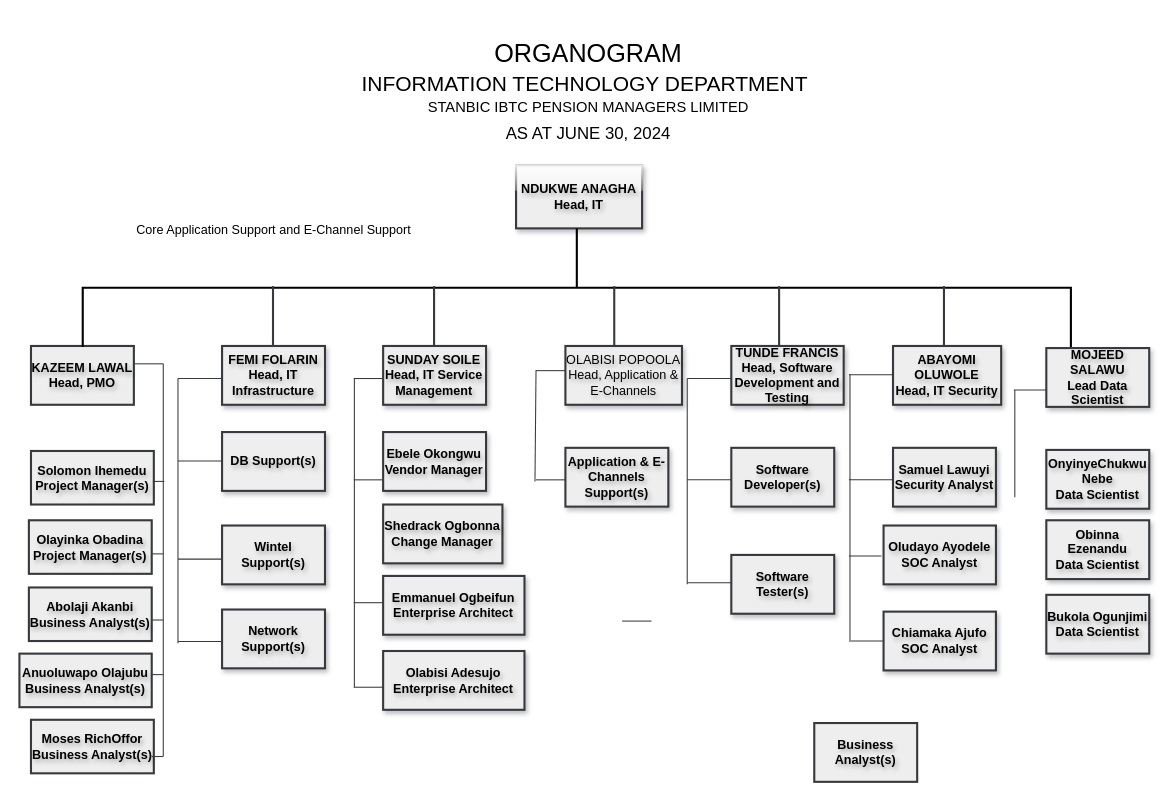
Above: organogram.drawio in Great-B/standard-arch-diagrams (draw.io), before the change. Source tidied: cells renumbered, new cells numbered last; positions are measured from the earlier drawing's top-left corner, leaving out a move shared by most shapes. Both pictures are drawn from the tidied source at 105%, with x=0, y=0 at pixel (19, -207).
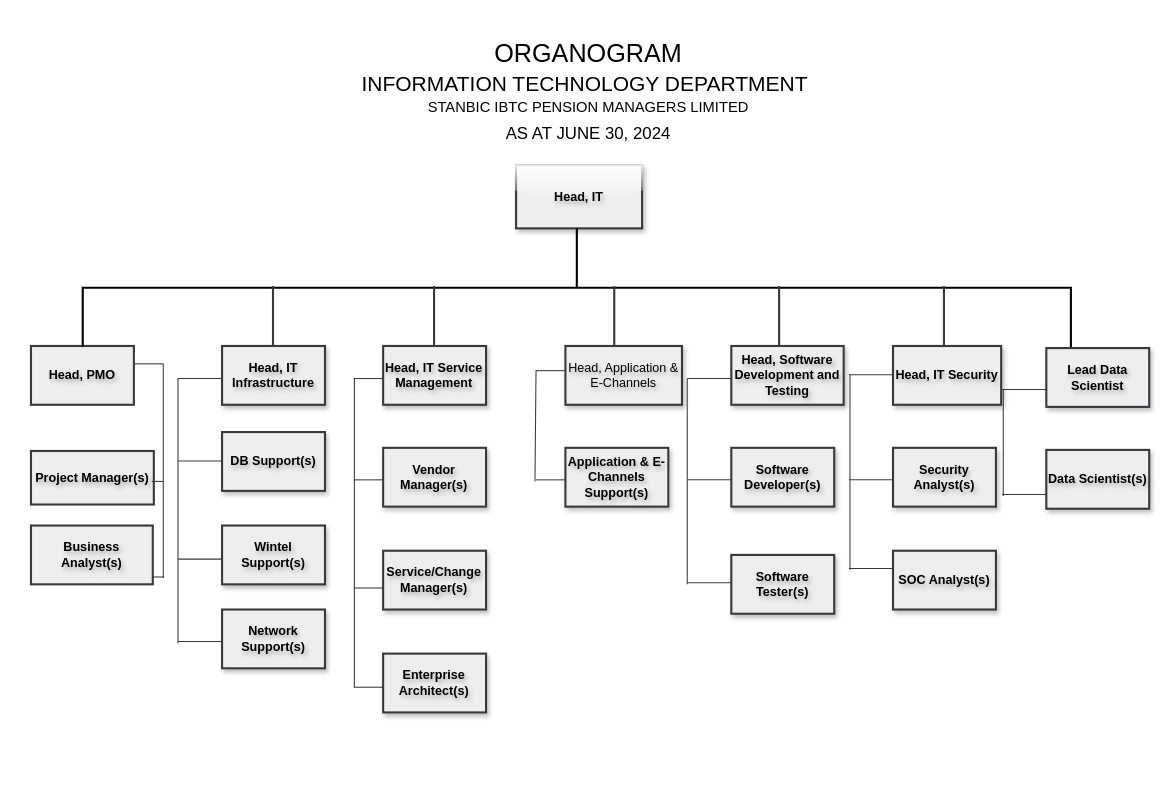
The same page after the edit.

The edit, as a diff of the source:
```diff
@@
-    <mxCell id="2" value="&lt;b&gt;NDUKWE ANAGHA&lt;br&gt;Head, IT&lt;/b&gt;" style="rounded=0;whiteSpace=wrap;html=1;strokeWidth=2;perimeterSpacing=0;glass=1;shadow=1;fontStyle=0;fillColor=#eeeeee;strokeColor=#36393d;textShadow=1;" parent="1" vertex="1">
+    <mxCell id="2" value="&lt;b&gt;Head, IT&lt;/b&gt;" style="rounded=0;whiteSpace=wrap;html=1;strokeWidth=2;perimeterSpacing=0;glass=1;shadow=1;fontStyle=0;fillColor=#eeeeee;strokeColor=#36393d;textShadow=1;" parent="1" vertex="1">
       <mxGeometry x="473" y="354" width="120" height="60" as="geometry" />
     </mxCell>
@@
-    <mxCell id="4" value="&lt;b&gt;KAZEEM LAWAL&lt;br&gt;Head, PMO&lt;/b&gt;" style="rounded=0;whiteSpace=wrap;html=1;strokeWidth=2;perimeterSpacing=0;glass=0;shadow=0;fontStyle=0;textShadow=1;fillColor=#eeeeee;strokeColor=#36393d;" parent="1" vertex="1">
+    <mxCell id="4" value="&lt;b&gt;Head, PMO&lt;/b&gt;" style="rounded=0;whiteSpace=wrap;html=1;strokeWidth=2;perimeterSpacing=0;glass=0;shadow=0;fontStyle=0;textShadow=1;fillColor=#eeeeee;strokeColor=#36393d;" parent="1" vertex="1">
       <mxGeometry x="11" y="526" width="98" height="56" as="geometry" />
     </mxCell>
-    <mxCell id="5" value="&lt;b&gt;FEMI FOLARIN&lt;br&gt;Head, IT Infrastructure&lt;/b&gt;" style="rounded=0;whiteSpace=wrap;html=1;strokeWidth=2;perimeterSpacing=0;glass=0;shadow=1;fontStyle=0;textShadow=1;fillColor=#eeeeee;strokeColor=#36393d;" parent="1" vertex="1">
+    <mxCell id="5" value="&lt;b&gt;Head, IT Infrastructure&lt;/b&gt;" style="rounded=0;whiteSpace=wrap;html=1;strokeWidth=2;perimeterSpacing=0;glass=0;shadow=1;fontStyle=0;textShadow=1;fillColor=#eeeeee;strokeColor=#36393d;" parent="1" vertex="1">
       <mxGeometry x="193" y="526" width="98" height="56" as="geometry" />
     </mxCell>
-    <mxCell id="6" value="&lt;b&gt;SUNDAY SOILE&lt;br&gt;Head, IT Service Management&lt;/b&gt;" style="rounded=0;whiteSpace=wrap;html=1;strokeWidth=2;perimeterSpacing=0;glass=0;shadow=1;fontStyle=0;textShadow=1;fillColor=#eeeeee;strokeColor=#36393d;" parent="1" vertex="1">
+    <mxCell id="6" value="&lt;b&gt;Head, IT Service Management&lt;/b&gt;" style="rounded=0;whiteSpace=wrap;html=1;strokeWidth=2;perimeterSpacing=0;glass=0;shadow=1;fontStyle=0;textShadow=1;fillColor=#eeeeee;strokeColor=#36393d;" parent="1" vertex="1">
       <mxGeometry x="346.4" y="526" width="98" height="56" as="geometry" />
     </mxCell>
-    <mxCell id="7" value="OLABISI POPOOLA&lt;br&gt;Head, Application &amp;amp; E-Channels" style="rounded=0;strokeWidth=2;perimeterSpacing=0;glass=0;shadow=1;fontStyle=0;textShadow=1;whiteSpace=wrap;html=1;fillColor=#eeeeee;strokeColor=#36393d;" parent="1" vertex="1">
+    <mxCell id="7" value="Head, Application &amp;amp; E-Channels" style="rounded=0;strokeWidth=2;perimeterSpacing=0;glass=0;shadow=1;fontStyle=0;textShadow=1;whiteSpace=wrap;html=1;fillColor=#eeeeee;strokeColor=#36393d;" parent="1" vertex="1">
       <mxGeometry x="520" y="526" width="111" height="56" as="geometry" />
     </mxCell>
-    <mxCell id="8" value="&lt;b&gt;TUNDE FRANCIS&lt;br&gt;Head, Software Development and Testing&lt;/b&gt;" style="rounded=0;whiteSpace=wrap;html=1;strokeWidth=2;perimeterSpacing=0;glass=0;shadow=1;fontStyle=0;textShadow=1;fillColor=#eeeeee;strokeColor=#36393d;" parent="1" vertex="1">
+    <mxCell id="8" value="&lt;b&gt;Head, Software Development and Testing&lt;/b&gt;" style="rounded=0;whiteSpace=wrap;html=1;strokeWidth=2;perimeterSpacing=0;glass=0;shadow=1;fontStyle=0;textShadow=1;fillColor=#eeeeee;strokeColor=#36393d;" parent="1" vertex="1">
       <mxGeometry x="678" y="526" width="107" height="56" as="geometry" />
     </mxCell>
-    <mxCell id="9" value="&lt;div style=&quot;&quot;&gt;&lt;b style=&quot;background-color: initial;&quot;&gt;ABAYOMI OLUWOLE&lt;/b&gt;&lt;/div&gt;&lt;b&gt;&lt;div style=&quot;&quot;&gt;&lt;b style=&quot;background-color: initial;&quot;&gt;Head, IT Security&lt;/b&gt;&lt;/div&gt;&lt;/b&gt;" style="rounded=0;whiteSpace=wrap;html=1;strokeWidth=2;perimeterSpacing=0;glass=0;shadow=1;fontStyle=0;textShadow=1;fillColor=#eeeeee;strokeColor=#36393d;align=center;" parent="1" vertex="1">
+    <mxCell id="9" value="&lt;div style=&quot;&quot;&gt;&lt;b style=&quot;background-color: initial;&quot;&gt;Head, IT Security&lt;/b&gt;&lt;br&gt;&lt;/div&gt;" style="rounded=0;whiteSpace=wrap;html=1;strokeWidth=2;perimeterSpacing=0;glass=0;shadow=1;fontStyle=0;textShadow=1;fillColor=#eeeeee;strokeColor=#36393d;align=center;" parent="1" vertex="1">
       <mxGeometry x="832" y="526" width="103" height="56" as="geometry" />
     </mxCell>
@@
-    <mxCell id="11" value="&lt;b&gt;Solomon Ihemedu&lt;br&gt;Project Manager(s)&lt;/b&gt;" style="rounded=0;whiteSpace=wrap;html=1;strokeWidth=2;perimeterSpacing=0;glass=0;shadow=0;fontStyle=0;labelBackgroundColor=none;labelBorderColor=none;textShadow=1;fillColor=#eeeeee;strokeColor=#36393d;" parent="1" vertex="1">
+    <mxCell id="11" value="&lt;b&gt;Project Manager(s)&lt;/b&gt;" style="rounded=0;whiteSpace=wrap;html=1;strokeWidth=2;perimeterSpacing=0;glass=0;shadow=0;fontStyle=0;labelBackgroundColor=none;labelBorderColor=none;textShadow=1;fillColor=#eeeeee;strokeColor=#36393d;" parent="1" vertex="1">
       <mxGeometry x="11" y="626" width="117" height="51" as="geometry" />
     </mxCell>
     <mxCell id="12" value="&lt;b&gt;Business Analyst(s)&lt;/b&gt;" style="rounded=0;whiteSpace=wrap;html=1;strokeWidth=2;perimeterSpacing=0;glass=0;shadow=0;fontStyle=0;textShadow=1;fillColor=#eeeeee;strokeColor=#36393d;" parent="1" vertex="1">
-      <mxGeometry x="757" y="885.1" width="98" height="56" as="geometry" />
+      <mxGeometry x="11" y="697" width="116" height="56" as="geometry" />
     </mxCell>
@@
-    <mxCell id="14" value="&lt;b&gt;Ebele Okongwu&lt;br&gt;Vendor Manager&lt;/b&gt;" style="rounded=0;whiteSpace=wrap;html=1;strokeWidth=2;perimeterSpacing=0;glass=0;shadow=1;fontStyle=0;textShadow=1;fillColor=#eeeeee;strokeColor=#36393d;" parent="1" vertex="1">
-      <mxGeometry x="346.4" y="608" width="98" height="56" as="geometry" />
+    <mxCell id="14" value="&lt;b&gt;Vendor Manager(s)&lt;/b&gt;" style="rounded=0;whiteSpace=wrap;html=1;strokeWidth=2;perimeterSpacing=0;glass=0;shadow=1;fontStyle=0;textShadow=1;fillColor=#eeeeee;strokeColor=#36393d;" parent="1" vertex="1">
+      <mxGeometry x="346.4" y="623" width="98" height="56" as="geometry" />
     </mxCell>
-    <mxCell id="15" value="&lt;b&gt;Shedrack Ogbonna&lt;br&gt;Change Manager&lt;br&gt;&lt;/b&gt;" style="rounded=0;whiteSpace=wrap;html=1;strokeWidth=2;perimeterSpacing=0;glass=0;shadow=1;fontStyle=0;textShadow=1;fillColor=#eeeeee;strokeColor=#36393d;" parent="1" vertex="1">
-      <mxGeometry x="346.4" y="677" width="113.6" height="56" as="geometry" />
+    <mxCell id="15" value="&lt;b&gt;Service/Change Manager(s)&lt;br&gt;&lt;/b&gt;" style="rounded=0;whiteSpace=wrap;html=1;strokeWidth=2;perimeterSpacing=0;glass=0;shadow=1;fontStyle=0;textShadow=1;fillColor=#eeeeee;strokeColor=#36393d;" parent="1" vertex="1">
+      <mxGeometry x="346.4" y="721" width="98" height="56" as="geometry" />
     </mxCell>
-    <mxCell id="16" value="&lt;b&gt;Emmanuel Ogbeifun&lt;br&gt;Enterprise Architect&lt;/b&gt;" style="rounded=0;whiteSpace=wrap;html=1;strokeWidth=2;perimeterSpacing=0;glass=0;shadow=1;fontStyle=0;textShadow=1;fillColor=#eeeeee;strokeColor=#36393d;" parent="1" vertex="1">
-      <mxGeometry x="346.4" y="745" width="134.6" height="56" as="geometry" />
+    <mxCell id="16" value="&lt;b&gt;Enterprise Architect(s)&lt;/b&gt;" style="rounded=0;whiteSpace=wrap;html=1;strokeWidth=2;perimeterSpacing=0;glass=0;shadow=1;fontStyle=0;textShadow=1;fillColor=#eeeeee;strokeColor=#36393d;" parent="1" vertex="1">
+      <mxGeometry x="346.4" y="819" width="98" height="56" as="geometry" />
     </mxCell>
@@
-    <mxCell id="19" value="&lt;b&gt;Samuel Lawuyi&lt;br&gt;Security Analyst&lt;/b&gt;" style="rounded=0;whiteSpace=wrap;html=1;strokeWidth=2;perimeterSpacing=0;glass=0;shadow=1;fontStyle=0;textShadow=1;fillColor=#eeeeee;strokeColor=#36393d;" parent="1" vertex="1">
+    <mxCell id="19" value="&lt;b&gt;Security Analyst(s)&lt;/b&gt;" style="rounded=0;whiteSpace=wrap;html=1;strokeWidth=2;perimeterSpacing=0;glass=0;shadow=1;fontStyle=0;textShadow=1;fillColor=#eeeeee;strokeColor=#36393d;" parent="1" vertex="1">
       <mxGeometry x="832" y="623" width="98" height="56" as="geometry" />
     </mxCell>
-    <mxCell id="20" value="&lt;b&gt;Oludayo Ayodele&lt;br&gt;SOC Analyst&lt;/b&gt;" style="rounded=0;whiteSpace=wrap;html=1;strokeWidth=2;perimeterSpacing=0;glass=0;shadow=1;fontStyle=0;textShadow=1;fillColor=#eeeeee;strokeColor=#36393d;" parent="1" vertex="1">
-      <mxGeometry x="823" y="697" width="107" height="56" as="geometry" />
+    <mxCell id="20" value="&lt;b&gt;SOC Analyst(s)&lt;/b&gt;" style="rounded=0;whiteSpace=wrap;html=1;strokeWidth=2;perimeterSpacing=0;glass=0;shadow=1;fontStyle=0;textShadow=1;fillColor=#eeeeee;strokeColor=#36393d;" parent="1" vertex="1">
+      <mxGeometry x="832" y="721" width="98" height="56" as="geometry" />
     </mxCell>
@@
     <mxCell id="37" style="endArrow=none;html=1;rounded=0;fillColor=#eeeeee;strokeColor=#36393d;" parent="1" edge="1">
       <mxGeometry relative="1" as="geometry">
-        <mxPoint x="791" y="808" as="sourcePoint" />
+        <mxPoint x="791" y="739" as="sourcePoint" />
         <mxPoint x="791" y="553" as="targetPoint" />
       </mxGeometry>
     </mxCell>
@@
     <mxCell id="39" style="endArrow=none;html=1;rounded=0;fillColor=#eeeeee;strokeColor=#36393d;" parent="1" edge="1">
       <mxGeometry relative="1" as="geometry">
-        <mxPoint x="790" y="726" as="sourcePoint" />
-        <mxPoint x="821" y="726" as="targetPoint" />
+        <mxPoint x="790" y="738" as="sourcePoint" />
+        <mxPoint x="832" y="738" as="targetPoint" />
       </mxGeometry>
     </mxCell>
@@
     <mxCell id="42" style="endArrow=none;html=1;rounded=0;fillColor=#eeeeee;strokeColor=#36393d;" parent="1" edge="1">
       <mxGeometry relative="1" as="geometry">
-        <mxPoint x="137" y="917" as="sourcePoint" />
+        <mxPoint x="137" y="747" as="sourcePoint" />
         <mxPoint x="137" y="543" as="targetPoint" />
       </mxGeometry>
     </mxCell>
@@
     <mxCell id="44" style="endArrow=none;html=1;rounded=0;fillColor=#eeeeee;strokeColor=#36393d;" parent="1" edge="1">
       <mxGeometry relative="1" as="geometry">
-        <mxPoint x="127" y="655" as="sourcePoint" />
-        <mxPoint x="138" y="655" as="targetPoint" />
+        <mxPoint x="126" y="655" as="sourcePoint" />
+        <mxPoint x="137" y="655" as="targetPoint" />
       </mxGeometry>
     </mxCell>
@@
     <mxCell id="48" style="endArrow=none;html=1;rounded=0;fillColor=#eeeeee;strokeColor=#36393d;" parent="1" edge="1">
       <mxGeometry relative="1" as="geometry">
-        <mxPoint x="318.4" y="770.5" as="sourcePoint" />
-        <mxPoint x="346.4" y="770.5" as="targetPoint" />
+        <mxPoint x="318.4" y="756.5" as="sourcePoint" />
+        <mxPoint x="346.4" y="756.5" as="targetPoint" />
       </mxGeometry>
     </mxCell>
@@
-    <mxCell id="52" value="&lt;b&gt;MOJEED SALAWU&lt;br&gt;Lead Data Scientist&lt;/b&gt;" style="rounded=0;whiteSpace=wrap;html=1;strokeWidth=2;perimeterSpacing=0;glass=0;shadow=1;fontStyle=0;textShadow=1;fillColor=#eeeeee;strokeColor=#36393d;align=center;" parent="1" vertex="1">
+    <mxCell id="52" value="&lt;b&gt;Lead Data Scientist&lt;/b&gt;" style="rounded=0;whiteSpace=wrap;html=1;strokeWidth=2;perimeterSpacing=0;glass=0;shadow=1;fontStyle=0;textShadow=1;fillColor=#eeeeee;strokeColor=#36393d;align=center;" parent="1" vertex="1">
       <mxGeometry x="978" y="528" width="98" height="56" as="geometry" />
     </mxCell>
-    <mxCell id="53" value="&lt;b&gt;OnyinyeChukwu Nebe&lt;br&gt;Data Scientist&lt;/b&gt;" style="rounded=0;whiteSpace=wrap;html=1;strokeWidth=2;perimeterSpacing=0;glass=0;shadow=1;fontStyle=0;textShadow=1;fillColor=#eeeeee;strokeColor=#36393d;" parent="1" vertex="1">
+    <mxCell id="53" value="&lt;b&gt;Data Scientist(s)&lt;/b&gt;" style="rounded=0;whiteSpace=wrap;html=1;strokeWidth=2;perimeterSpacing=0;glass=0;shadow=1;fontStyle=0;textShadow=1;fillColor=#eeeeee;strokeColor=#36393d;" parent="1" vertex="1">
       <mxGeometry x="978" y="625" width="98" height="56" as="geometry" />
     </mxCell>
     <mxCell id="54" style="endArrow=none;html=1;rounded=0;fillColor=#eeeeee;strokeColor=#36393d;" parent="1" edge="1">
       <mxGeometry relative="1" as="geometry">
-        <mxPoint x="948" y="670" as="sourcePoint" />
-        <mxPoint x="948" y="568" as="targetPoint" />
+        <mxPoint x="937" y="669" as="sourcePoint" />
+        <mxPoint x="937" y="567" as="targetPoint" />
       </mxGeometry>
     </mxCell>
+    <mxCell id="72" style="endArrow=none;html=1;rounded=0;fillColor=#eeeeee;strokeColor=#36393d;" parent="1" edge="1">
+      <mxGeometry relative="1" as="geometry">
+        <mxPoint x="936" y="567.5" as="sourcePoint" />
+        <mxPoint x="978" y="567.5" as="targetPoint" />
+      </mxGeometry>
+    </mxCell>
+    <mxCell id="73" style="endArrow=none;html=1;rounded=0;fillColor=#eeeeee;strokeColor=#36393d;" parent="1" edge="1">
+      <mxGeometry relative="1" as="geometry">
+        <mxPoint x="936" y="667.5" as="sourcePoint" />
+        <mxPoint x="978" y="667.5" as="targetPoint" />
+      </mxGeometry>
+    </mxCell>
@@
-    <mxCell id="56" value="&lt;b&gt;Olayinka Obadina&lt;br&gt;Project Manager(s)&lt;/b&gt;" style="rounded=0;whiteSpace=wrap;html=1;strokeWidth=2;perimeterSpacing=0;glass=0;shadow=0;fontStyle=0;labelBackgroundColor=none;labelBorderColor=none;textShadow=1;fillColor=#eeeeee;strokeColor=#36393d;" parent="1" vertex="1">
-      <mxGeometry x="9" y="692" width="117" height="51" as="geometry" />
-    </mxCell>
-    <mxCell id="57" value="&lt;b&gt;Abolaji Akanbi&lt;br&gt;Business Analyst(s)&lt;/b&gt;" style="rounded=0;whiteSpace=wrap;html=1;strokeWidth=2;perimeterSpacing=0;glass=0;shadow=0;fontStyle=0;labelBackgroundColor=none;labelBorderColor=none;textShadow=1;fillColor=#eeeeee;strokeColor=#36393d;" parent="1" vertex="1">
-      <mxGeometry x="9" y="756" width="117" height="51" as="geometry" />
-    </mxCell>
-    <mxCell id="58" value="&lt;b&gt;Anuoluwapo Olajubu&lt;br&gt;Business Analyst(s)&lt;/b&gt;" style="rounded=0;whiteSpace=wrap;html=1;strokeWidth=2;perimeterSpacing=0;glass=0;shadow=0;fontStyle=0;labelBackgroundColor=none;labelBorderColor=none;textShadow=1;fillColor=#eeeeee;strokeColor=#36393d;" parent="1" vertex="1">
-      <mxGeometry y="819" width="126" height="51" as="geometry" />
-    </mxCell>
-    <mxCell id="59" value="&lt;b&gt;Moses RichOffor&lt;br&gt;Business Analyst(s)&lt;/b&gt;" style="rounded=0;whiteSpace=wrap;html=1;strokeWidth=2;perimeterSpacing=0;glass=0;shadow=0;fontStyle=0;labelBackgroundColor=none;labelBorderColor=none;textShadow=1;fillColor=#eeeeee;strokeColor=#36393d;" parent="1" vertex="1">
-      <mxGeometry x="11" y="882" width="117" height="51" as="geometry" />
-    </mxCell>
-    <mxCell id="60" style="endArrow=none;html=1;rounded=0;fillColor=#eeeeee;strokeColor=#36393d;" parent="1" edge="1">
-      <mxGeometry relative="1" as="geometry">
-        <mxPoint x="126" y="724" as="sourcePoint" />
-        <mxPoint x="137" y="724" as="targetPoint" />
-      </mxGeometry>
-    </mxCell>
-    <mxCell id="61" style="endArrow=none;html=1;rounded=0;fillColor=#eeeeee;strokeColor=#36393d;" parent="1" edge="1">
-      <mxGeometry relative="1" as="geometry">
-        <mxPoint x="126" y="917" as="sourcePoint" />
-        <mxPoint x="137" y="917" as="targetPoint" />
-      </mxGeometry>
-    </mxCell>
-    <mxCell id="62" style="endArrow=none;html=1;rounded=0;fillColor=#eeeeee;strokeColor=#36393d;" parent="1" edge="1">
-      <mxGeometry relative="1" as="geometry">
-        <mxPoint x="126" y="839" as="sourcePoint" />
-        <mxPoint x="137" y="839" as="targetPoint" />
-      </mxGeometry>
-    </mxCell>
-    <mxCell id="63" style="endArrow=none;html=1;rounded=0;fillColor=#eeeeee;strokeColor=#36393d;" parent="1" edge="1">
-      <mxGeometry relative="1" as="geometry">
-        <mxPoint x="126" y="787" as="sourcePoint" />
-        <mxPoint x="137" y="787" as="targetPoint" />
-      </mxGeometry>
-    </mxCell>
-    <mxCell id="64" value="&lt;b&gt;Olabisi Adesujo&lt;br&gt;Enterprise Architect&lt;/b&gt;" style="rounded=0;whiteSpace=wrap;html=1;strokeWidth=2;perimeterSpacing=0;glass=0;shadow=1;fontStyle=0;textShadow=1;fillColor=#eeeeee;strokeColor=#36393d;" parent="1" vertex="1">
-      <mxGeometry x="346.4" y="816.5" width="134.6" height="56" as="geometry" />
-    </mxCell>
-    <mxCell id="65" style="endArrow=none;html=1;rounded=0;fillColor=#eeeeee;strokeColor=#36393d;" parent="1" edge="1">
-      <mxGeometry relative="1" as="geometry">
-        <mxPoint x="574" y="788" as="sourcePoint" />
-        <mxPoint x="602" y="788" as="targetPoint" />
-      </mxGeometry>
-    </mxCell>
-    <mxCell id="66" value="&lt;b&gt;Chiamaka Ajufo&lt;br&gt;SOC Analyst&lt;/b&gt;" style="rounded=0;whiteSpace=wrap;html=1;strokeWidth=2;perimeterSpacing=0;glass=0;shadow=1;fontStyle=0;textShadow=1;fillColor=#eeeeee;strokeColor=#36393d;" parent="1" vertex="1">
-      <mxGeometry x="823" y="779" width="107" height="56" as="geometry" />
-    </mxCell>
-    <mxCell id="67" value="&lt;b&gt;Obinna Ezenandu&lt;br&gt;Data Scientist&lt;/b&gt;" style="rounded=0;whiteSpace=wrap;html=1;strokeWidth=2;perimeterSpacing=0;glass=0;shadow=1;fontStyle=0;textShadow=1;fillColor=#eeeeee;strokeColor=#36393d;" parent="1" vertex="1">
-      <mxGeometry x="978" y="692" width="98" height="56" as="geometry" />
-    </mxCell>
-    <mxCell id="68" value="&lt;b&gt;Bukola Ogunjimi&lt;br&gt;Data Scientist&lt;/b&gt;" style="rounded=0;whiteSpace=wrap;html=1;strokeWidth=2;perimeterSpacing=0;glass=0;shadow=1;fontStyle=0;textShadow=1;fillColor=#eeeeee;strokeColor=#36393d;" parent="1" vertex="1">
-      <mxGeometry x="978" y="763" width="98" height="56" as="geometry" />
-    </mxCell>
-    <mxCell id="69" style="endArrow=none;html=1;rounded=0;fillColor=#eeeeee;strokeColor=#36393d;" parent="1" edge="1">
-      <mxGeometry relative="1" as="geometry">
-        <mxPoint x="792" y="807" as="sourcePoint" />
-        <mxPoint x="823" y="807" as="targetPoint" />
-      </mxGeometry>
-    </mxCell>
-    <mxCell id="70" style="endArrow=none;html=1;rounded=0;fillColor=#eeeeee;strokeColor=#36393d;" parent="1" edge="1">
-      <mxGeometry relative="1" as="geometry">
-        <mxPoint x="947" y="568" as="sourcePoint" />
-        <mxPoint x="978" y="568" as="targetPoint" />
-      </mxGeometry>
-    </mxCell>
-    <mxCell id="71" value="Core Application Support and E-Channel Support" style="text;html=1;align=center;verticalAlign=middle;strokeColor=none;fillColor=none;" parent="1" vertex="1">
-      <mxGeometry x="102" y="403" width="280" height="26" as="geometry" />
-    </mxCell>
+    <mxCell id="74" style="endArrow=none;html=1;rounded=0;fillColor=#eeeeee;strokeColor=#36393d;" parent="1" edge="1">
+      <mxGeometry relative="1" as="geometry">
+        <mxPoint x="127" y="746" as="sourcePoint" />
+        <mxPoint x="138" y="746" as="targetPoint" />
+      </mxGeometry>
+    </mxCell>
```
